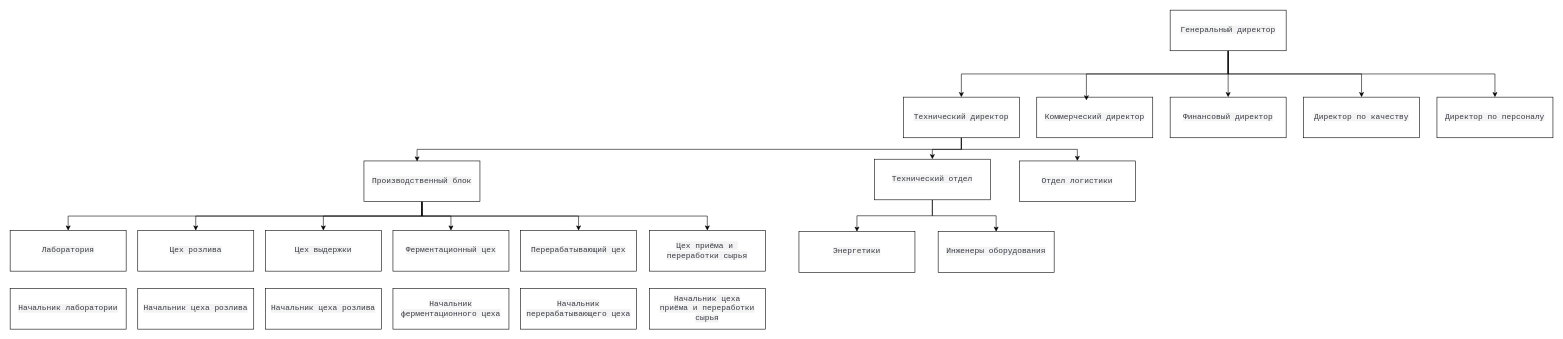
Earlier version of the draw.io diagram организационная_структура.drawio (Shura-mint213/journal). Source tidied: cells renumbered, new cells numbered last; positions are measured from the earlier drawing's top-left corner, leaving out a move shared by most shapes. Both pictures are drawn from the tidied source at 58%, with x=0, y=0 at pixel (10, 10).
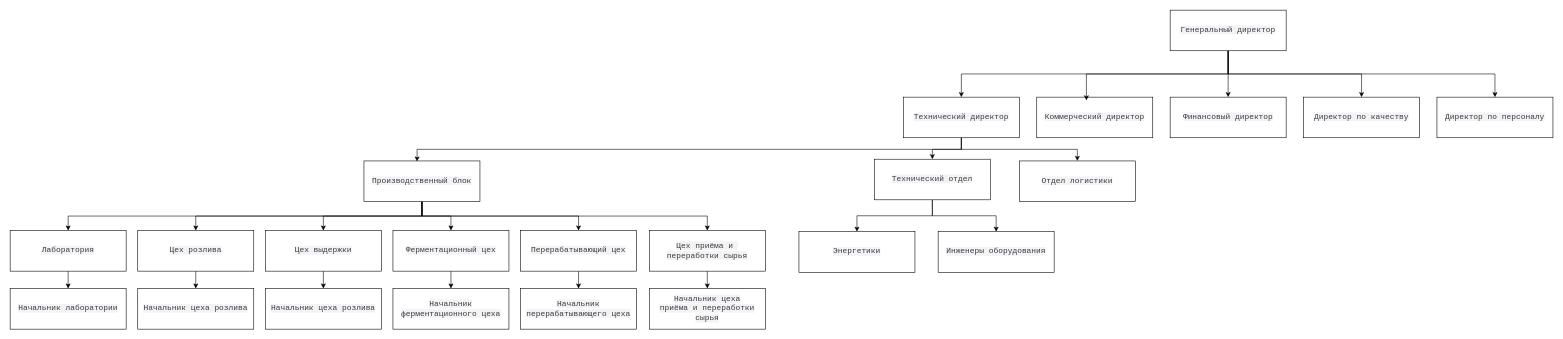
The same diagram, later.

Unchanged cells that the change refers to:
```xml
<mxCell id="28" value="&lt;span style=&quot;color: rgb(56, 58, 66); font-family: monospace; font-size: 13.6px; text-align: left; white-space: pre; background-color: rgb(243, 243, 243);&quot;&gt;Цех выдержки&lt;/span&gt;" style="rounded=0;whiteSpace=wrap;html=1;" parent="1" vertex="1">
  <mxGeometry x="440" y="380" width="200" height="70" as="geometry" />
</mxCell>
<mxCell id="29" value="&lt;span style=&quot;color: rgb(56, 58, 66); font-family: monospace; font-size: 13.6px; text-align: left; white-space: pre; background-color: rgb(243, 243, 243);&quot;&gt;Ферментационный цех&lt;/span&gt;" style="rounded=0;whiteSpace=wrap;html=1;" parent="1" vertex="1">
  <mxGeometry x="660" y="380" width="200" height="70" as="geometry" />
</mxCell>
<mxCell id="30" value="&lt;span style=&quot;color: rgb(56, 58, 66); font-family: monospace; font-size: 13.6px; text-align: left; white-space: pre; background-color: rgb(243, 243, 243);&quot;&gt;Цех приёма и &lt;br/&gt;переработки сырья&lt;/span&gt;" style="rounded=0;whiteSpace=wrap;html=1;" parent="1" vertex="1">
  <mxGeometry x="1102" y="380" width="200" height="70" as="geometry" />
</mxCell>
<mxCell id="31" value="&lt;span style=&quot;color: rgb(56, 58, 66); font-family: monospace; font-size: 13.6px; text-align: left; white-space: pre; background-color: rgb(243, 243, 243);&quot;&gt;Цех розлива&lt;/span&gt;" style="rounded=0;whiteSpace=wrap;html=1;" parent="1" vertex="1">
  <mxGeometry x="220" y="380" width="200" height="70" as="geometry" />
</mxCell>
<mxCell id="32" value="&lt;span style=&quot;color: rgb(56, 58, 66); font-family: monospace; font-size: 13.6px; text-align: left; white-space: pre; background-color: rgb(243, 243, 243);&quot;&gt;Лаборатория&lt;/span&gt;" style="rounded=0;whiteSpace=wrap;html=1;" parent="1" vertex="1">
  <mxGeometry y="380" width="200" height="70" as="geometry" />
</mxCell>
<mxCell id="34" value="&lt;span style=&quot;color: rgb(56, 58, 66); font-family: monospace; font-size: 13.6px; text-align: left; white-space: pre; background-color: rgb(243, 243, 243);&quot;&gt;Перерабатывающий цех&lt;/span&gt;" style="rounded=0;whiteSpace=wrap;html=1;" parent="1" vertex="1">
  <mxGeometry x="880" y="380" width="200" height="70" as="geometry" />
</mxCell>
<mxCell id="35" value="&lt;span style=&quot;color: rgb(56, 58, 66); font-family: monospace; font-size: 13.6px; text-align: left; white-space: pre; background-color: rgb(243, 243, 243);&quot;&gt;Начальник лаборатории&lt;/span&gt;" style="rounded=0;whiteSpace=wrap;html=1;" parent="1" vertex="1">
  <mxGeometry y="480" width="200" height="70" as="geometry" />
</mxCell>
<mxCell id="36" value="&lt;span style=&quot;color: rgb(56, 58, 66); font-family: monospace; font-size: 13.6px; text-align: left; white-space: pre; background-color: rgb(243, 243, 243);&quot;&gt;Начальник цеха розлива&lt;/span&gt;" style="rounded=0;whiteSpace=wrap;html=1;" parent="1" vertex="1">
  <mxGeometry x="220" y="480" width="200" height="70" as="geometry" />
</mxCell>
<mxCell id="37" value="&lt;span style=&quot;color: rgb(56, 58, 66); font-family: monospace; font-size: 13.6px; text-align: left; white-space: pre; background-color: rgb(243, 243, 243);&quot;&gt;Начальник цеха розлива&lt;/span&gt;" style="rounded=0;whiteSpace=wrap;html=1;" parent="1" vertex="1">
  <mxGeometry x="440" y="480" width="200" height="70" as="geometry" />
</mxCell>
<mxCell id="38" value="&lt;span style=&quot;color: rgb(56, 58, 66); font-family: monospace; font-size: 13.6px; text-align: left; white-space: pre; background-color: rgb(243, 243, 243);&quot;&gt;Начальник&lt;/span&gt;&lt;div&gt;&lt;span style=&quot;color: rgb(56, 58, 66); font-family: monospace; font-size: 13.6px; text-align: left; white-space: pre; background-color: rgb(243, 243, 243);&quot;&gt;ферментационного&lt;/span&gt;&lt;span style=&quot;background-color: light-dark(rgb(243, 243, 243), rgb(28, 28, 28)); color: light-dark(rgb(56, 58, 66), rgb(185, 187, 194)); font-family: monospace; font-size: 13.6px; text-align: left; white-space: pre;&quot;&gt; цеха&lt;/span&gt;&lt;/div&gt;" style="rounded=0;whiteSpace=wrap;html=1;" parent="1" vertex="1">
  <mxGeometry x="660" y="480" width="200" height="70" as="geometry" />
</mxCell>
<mxCell id="39" value="&lt;span style=&quot;color: rgb(56, 58, 66); font-family: monospace; font-size: 13.6px; text-align: left; white-space: pre; background-color: rgb(243, 243, 243);&quot;&gt;Начальник&lt;/span&gt;&lt;div&gt;&lt;span style=&quot;color: rgb(56, 58, 66); font-family: monospace; font-size: 13.6px; text-align: left; white-space: pre; background-color: rgb(243, 243, 243);&quot;&gt;перерабатывающего цеха&lt;/span&gt;&lt;/div&gt;" style="rounded=0;whiteSpace=wrap;html=1;" parent="1" vertex="1">
  <mxGeometry x="880" y="480" width="200" height="70" as="geometry" />
</mxCell>
<mxCell id="40" value="&lt;span style=&quot;color: rgb(56, 58, 66); font-family: monospace; font-size: 13.6px; text-align: left; white-space: pre; background-color: rgb(243, 243, 243);&quot;&gt;Начальник цеха&lt;/span&gt;&lt;div&gt;&lt;span style=&quot;color: rgb(56, 58, 66); font-family: monospace; font-size: 13.6px; text-align: left; white-space: pre; background-color: rgb(243, 243, 243);&quot;&gt;приёма и переработки&lt;/span&gt;&lt;/div&gt;&lt;div&gt;&lt;span style=&quot;color: rgb(56, 58, 66); font-family: monospace; font-size: 13.6px; text-align: left; white-space: pre; background-color: rgb(243, 243, 243);&quot;&gt;сырья&lt;/span&gt;&lt;/div&gt;" style="rounded=0;whiteSpace=wrap;html=1;" parent="1" vertex="1">
  <mxGeometry x="1102" y="480" width="200" height="70" as="geometry" />
</mxCell>
```

What changed in the source:
```diff
@@
+    <mxCell id="41" style="edgeStyle=orthogonalEdgeStyle;rounded=0;jettySize=auto;html=1;exitX=0.5;exitY=1;exitDx=0;exitDy=0;entryX=0.5;entryY=0;entryDx=0;entryDy=0;" parent="1" edge="1" source="28" target="37">
+      <mxGeometry relative="1" as="geometry" />
+    </mxCell>
@@
+    <mxCell id="42" style="edgeStyle=orthogonalEdgeStyle;rounded=0;jettySize=auto;html=1;exitX=0.5;exitY=1;exitDx=0;exitDy=0;entryX=0.5;entryY=0;entryDx=0;entryDy=0;" parent="1" edge="1" source="29" target="38">
+      <mxGeometry relative="1" as="geometry" />
+    </mxCell>
@@
+    <mxCell id="43" style="edgeStyle=orthogonalEdgeStyle;rounded=0;jettySize=auto;html=1;exitX=0.5;exitY=1;exitDx=0;exitDy=0;entryX=0.5;entryY=0;entryDx=0;entryDy=0;" parent="1" edge="1" source="30" target="40">
+      <mxGeometry relative="1" as="geometry" />
+    </mxCell>
@@
+    <mxCell id="44" style="edgeStyle=orthogonalEdgeStyle;rounded=0;jettySize=auto;html=1;exitX=0.5;exitY=1;exitDx=0;exitDy=0;entryX=0.5;entryY=0;entryDx=0;entryDy=0;" parent="1" edge="1" source="31" target="36">
+      <mxGeometry relative="1" as="geometry" />
+    </mxCell>
@@
+    <mxCell id="45" style="edgeStyle=orthogonalEdgeStyle;rounded=0;jettySize=auto;html=1;exitX=0.5;exitY=1;exitDx=0;exitDy=0;entryX=0.5;entryY=0;entryDx=0;entryDy=0;" parent="1" edge="1" source="32" target="35">
+      <mxGeometry relative="1" as="geometry" />
+    </mxCell>
@@
+    <mxCell id="46" style="edgeStyle=orthogonalEdgeStyle;rounded=0;jettySize=auto;html=1;exitX=0.5;exitY=1;exitDx=0;exitDy=0;entryX=0.5;entryY=0;entryDx=0;entryDy=0;" parent="1" edge="1" source="34" target="39">
+      <mxGeometry relative="1" as="geometry" />
+    </mxCell>
```
